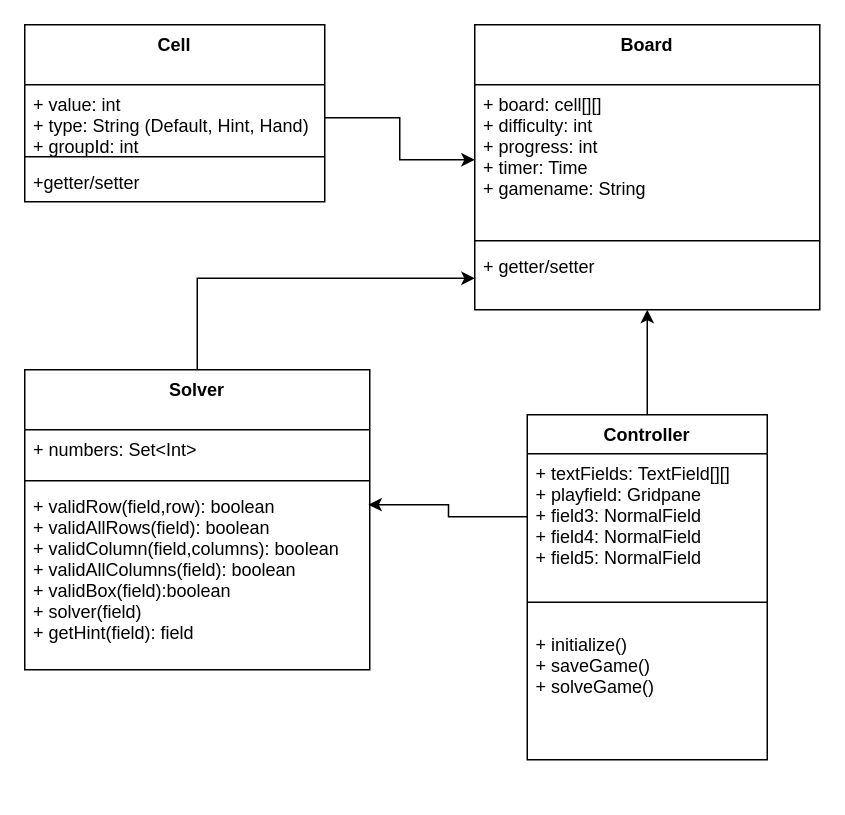
Above: Dokumentation/UML/Klassendiagramm_Sudoku.drawio in PeterSigmund12/Sudoku-Master (draw.io), before the change. Source tidied: cells renumbered, new cells numbered last; positions are measured from the earlier drawing's top-left corner, leaving out a move shared by most shapes. Both pictures are drawn from the tidied source at 150%, with x=0, y=0 at pixel (24, 24).
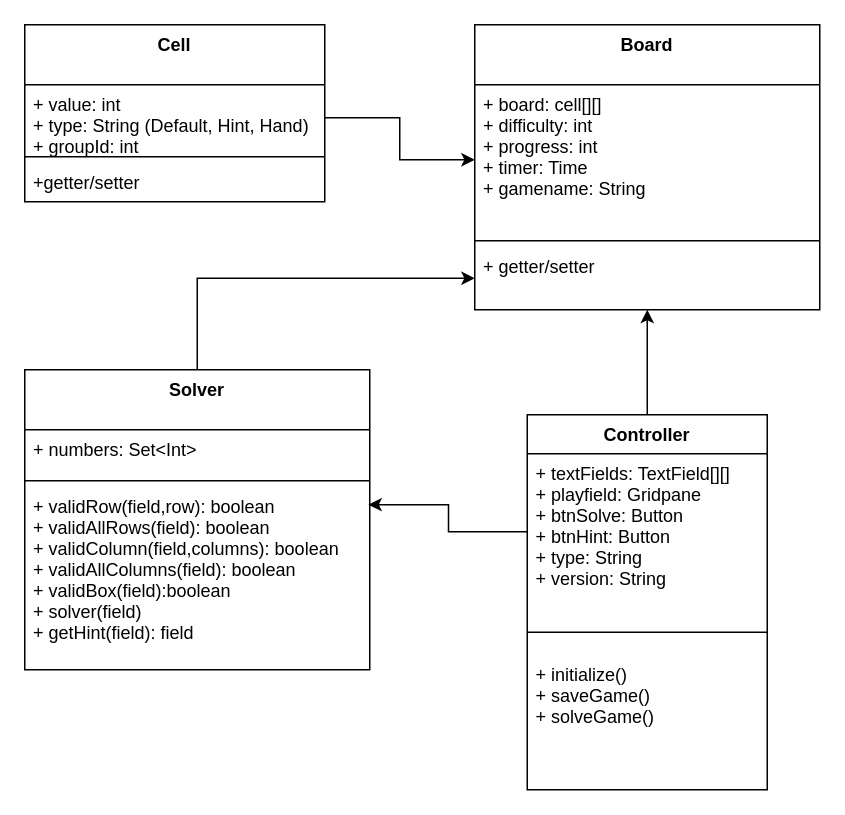
Above is the later version.

Commit message (it also covers changes not shown here):
SDK-47: Add Button Hint and show new Cell on Playfield. Refractor Solver and getHint

What changed in the source:
```diff
@@
     <mxCell id="11" value="Controller" style="swimlane;fontStyle=1;align=center;verticalAlign=top;horizontal=1;startSize=26;" parent="1" vertex="1">
-      <mxGeometry x="335" y="260" width="160" height="230" as="geometry" />
+      <mxGeometry x="335" y="260" width="160" height="250" as="geometry" />
     </mxCell>
-    <mxCell id="12" value="+ textFields: TextField[][]&#10;+ playfield: Gridpane&#10;+ field3: NormalField&#10;+ field4: NormalField&#10;+ field5: NormalField" style="text;strokeColor=none;fillColor=none;align=left;verticalAlign=top;spacingLeft=4;spacingRight=4;overflow=hidden;points=[[0,0.5],[1,0.5]];portConstraint=eastwest;" parent="11" vertex="1">
-      <mxGeometry y="26" width="160" height="84" as="geometry" />
+    <mxCell id="12" value="+ textFields: TextField[][]&#10;+ playfield: Gridpane&#10;+ btnSolve: Button&#10;+ btnHint: Button&#10;+ type: String&#10;+ version: String" style="text;strokeColor=none;fillColor=none;align=left;verticalAlign=top;spacingLeft=4;spacingRight=4;overflow=hidden;points=[[0,0.5],[1,0.5]];portConstraint=eastwest;" parent="11" vertex="1">
+      <mxGeometry y="26" width="160" height="104" as="geometry" />
     </mxCell>
     <mxCell id="13" style="line;strokeWidth=1;fillColor=none;align=left;verticalAlign=middle;spacingTop=-1;spacingLeft=3;spacingRight=3;labelPosition=right;" parent="11" vertex="1">
-      <mxGeometry y="110" width="160" height="30" as="geometry" />
+      <mxGeometry y="130" width="160" height="30" as="geometry" />
     </mxCell>
     <mxCell id="14" value="+ initialize()&#10;+ saveGame()&#10;+ solveGame()&#10;&#10;" style="text;strokeColor=none;fillColor=none;align=left;verticalAlign=top;spacingLeft=4;spacingRight=4;overflow=hidden;" parent="11" vertex="1">
-      <mxGeometry y="140" width="160" height="90" as="geometry" />
+      <mxGeometry y="160" width="160" height="90" as="geometry" />
     </mxCell>
```
